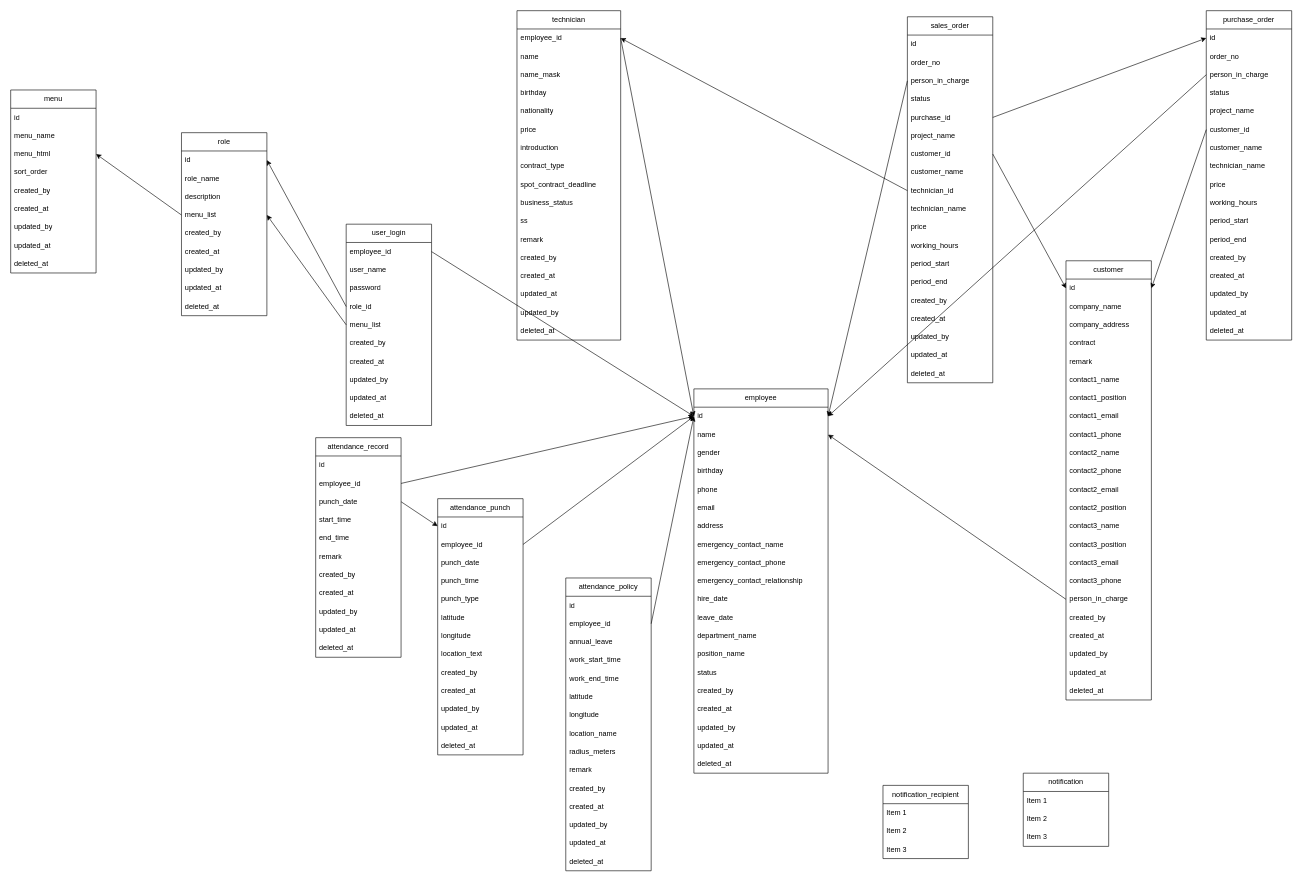
The draw.io diagram ER.drawio in s1991721/MatchSys, before the edit. Source tidied: cells renumbered, new cells numbered last; positions are measured from the earlier drawing's top-left corner, leaving out a move shared by most shapes. Both pictures are drawn from the tidied source at 61%, with x=0, y=0 at pixel (10, 10).
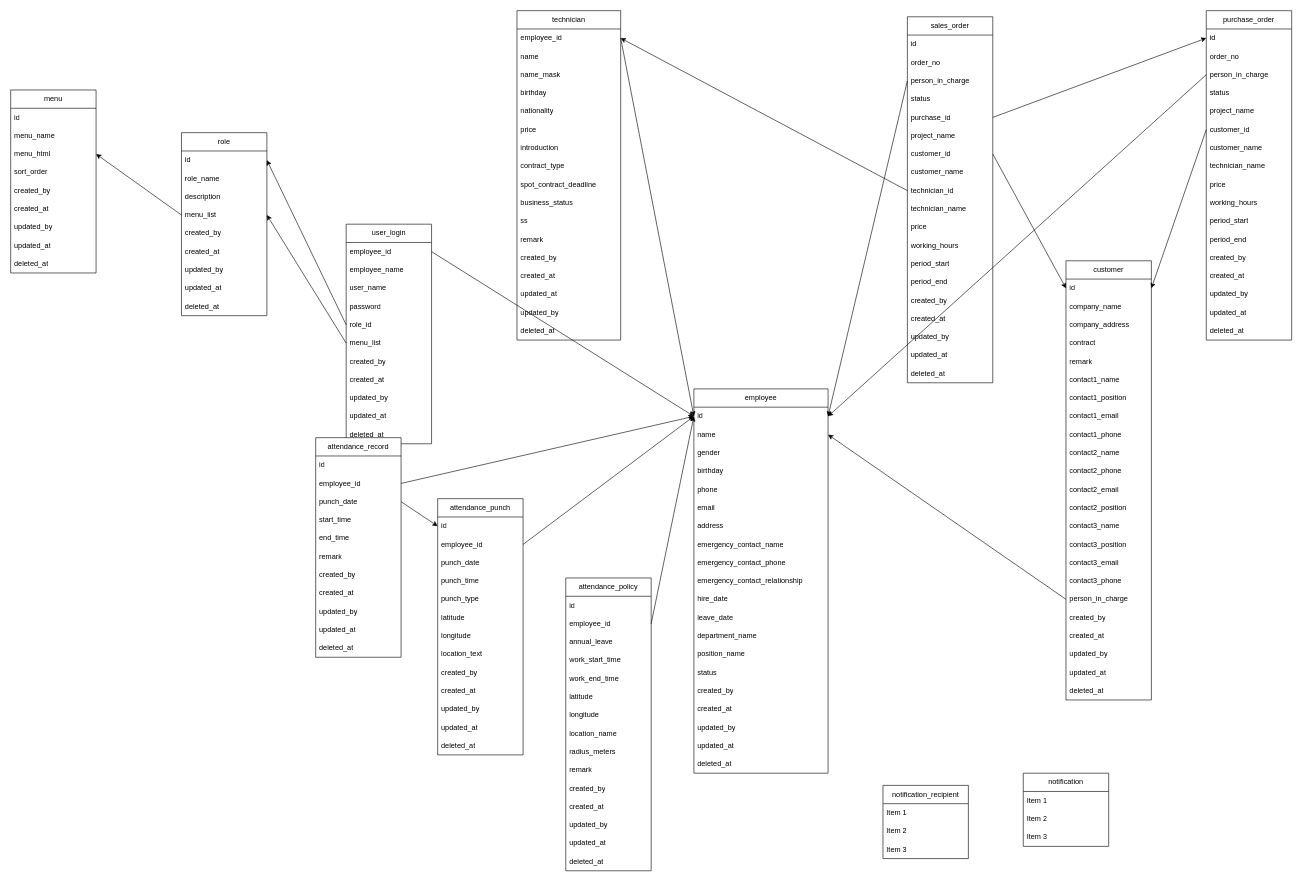
Above is the later version.

The edit, as a diff of the source:
```diff
@@
     <mxCell id="2" value="user_login" style="swimlane;fontStyle=0;horizontal=1;startSize=30;whiteSpace=wrap;html=1;" parent="1" vertex="1">
-      <mxGeometry x="550" y="350" width="140" height="330" as="geometry" />
+      <mxGeometry x="550" y="350" width="140" height="360" as="geometry" />
     </mxCell>
@@
+    <mxCell id="200" value="&lt;span style=&quot;text-align: center;&quot;&gt;employee_name&lt;/span&gt;" style="text;strokeColor=none;fillColor=none;align=left;verticalAlign=middle;spacingLeft=4;spacingRight=4;overflow=hidden;whiteSpace=wrap;html=1;" parent="2" vertex="1">
+      <mxGeometry y="60" width="140" height="30" as="geometry" />
+    </mxCell>
     <mxCell id="4" value="user_name" style="text;strokeColor=none;fillColor=none;align=left;verticalAlign=middle;spacingLeft=4;spacingRight=4;overflow=hidden;whiteSpace=wrap;html=1;" parent="2" vertex="1">
-      <mxGeometry y="60" width="140" height="30" as="geometry" />
+      <mxGeometry y="90" width="140" height="30" as="geometry" />
     </mxCell>
     <mxCell id="5" value="password" style="text;strokeColor=none;fillColor=none;align=left;verticalAlign=middle;spacingLeft=4;spacingRight=4;overflow=hidden;whiteSpace=wrap;html=1;" parent="2" vertex="1">
-      <mxGeometry y="90" width="140" height="30" as="geometry" />
+      <mxGeometry y="120" width="140" height="30" as="geometry" />
     </mxCell>
     <mxCell id="6" value="role_id" style="text;strokeColor=none;fillColor=none;align=left;verticalAlign=middle;spacingLeft=4;spacingRight=4;overflow=hidden;points=[[0,0.5],[1,0.5]];portConstraint=eastwest;whiteSpace=wrap;html=1;" parent="2" vertex="1">
-      <mxGeometry y="120" width="140" height="30" as="geometry" />
+      <mxGeometry y="150" width="140" height="30" as="geometry" />
     </mxCell>
     <mxCell id="7" value="menu_list" style="text;strokeColor=none;fillColor=none;align=left;verticalAlign=middle;spacingLeft=4;spacingRight=4;overflow=hidden;points=[[0,0.5],[1,0.5]];portConstraint=eastwest;whiteSpace=wrap;html=1;" parent="2" vertex="1">
-      <mxGeometry y="150" width="140" height="30" as="geometry" />
+      <mxGeometry y="180" width="140" height="30" as="geometry" />
     </mxCell>
     <mxCell id="8" value="created_by" style="text;strokeColor=none;fillColor=none;align=left;verticalAlign=middle;spacingLeft=4;spacingRight=4;overflow=hidden;whiteSpace=wrap;html=1;" parent="2" vertex="1">
-      <mxGeometry y="180" width="140" height="30" as="geometry" />
+      <mxGeometry y="210" width="140" height="30" as="geometry" />
     </mxCell>
     <mxCell id="9" value="created_at" style="text;strokeColor=none;fillColor=none;align=left;verticalAlign=middle;spacingLeft=4;spacingRight=4;overflow=hidden;whiteSpace=wrap;html=1;" parent="2" vertex="1">
-      <mxGeometry y="210" width="140" height="30" as="geometry" />
+      <mxGeometry y="240" width="140" height="30" as="geometry" />
     </mxCell>
     <mxCell id="10" value="updated_by" style="text;strokeColor=none;fillColor=none;align=left;verticalAlign=middle;spacingLeft=4;spacingRight=4;overflow=hidden;whiteSpace=wrap;html=1;" parent="2" vertex="1">
-      <mxGeometry y="240" width="140" height="30" as="geometry" />
+      <mxGeometry y="270" width="140" height="30" as="geometry" />
     </mxCell>
     <mxCell id="11" value="updated_at" style="text;strokeColor=none;fillColor=none;align=left;verticalAlign=middle;spacingLeft=4;spacingRight=4;overflow=hidden;whiteSpace=wrap;html=1;" parent="2" vertex="1">
-      <mxGeometry y="270" width="140" height="30" as="geometry" />
+      <mxGeometry y="300" width="140" height="30" as="geometry" />
     </mxCell>
     <mxCell id="12" value="deleted_at" style="text;strokeColor=none;fillColor=none;align=left;verticalAlign=middle;spacingLeft=4;spacingRight=4;overflow=hidden;whiteSpace=wrap;html=1;" parent="2" vertex="1">
-      <mxGeometry y="300" width="140" height="30" as="geometry" />
+      <mxGeometry y="330" width="140" height="30" as="geometry" />
     </mxCell>
```
